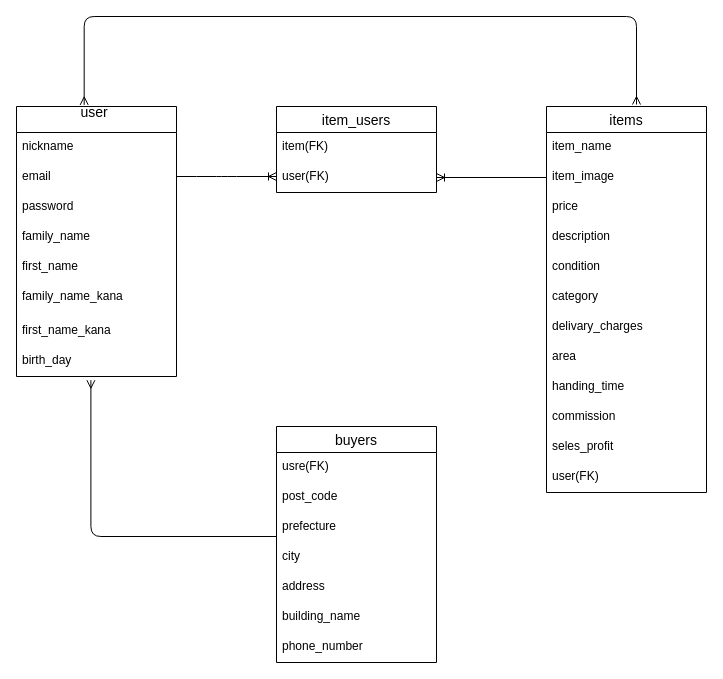
deco-01/furima-39447 keeps this draw.io diagram as table.dio. Above is the earlier version. Source tidied: cells renumbered, new cells numbered last; positions are measured from the earlier drawing's top-left corner, leaving out a move shared by most shapes. Both pictures are drawn from the tidied source at 100%, with x=0, y=0 at pixel (16, 16).
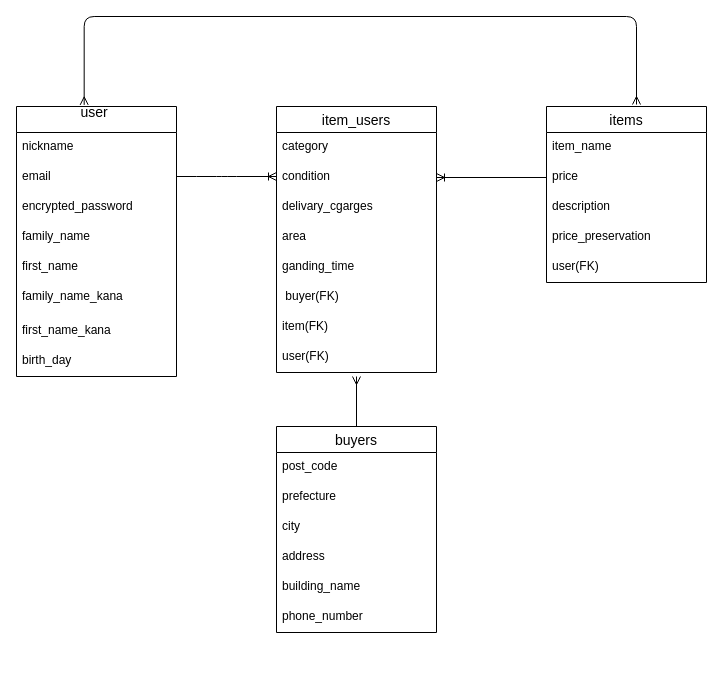
Above is the later version.

Commit message (it also covers changes not shown here):
データベース設計の編集

The change refers to these unchanged cells:
```xml
<mxCell id="2" value="user &#10;" style="swimlane;fontStyle=0;horizontal=1;startSize=26;align=center;fontSize=14;" parent="1" vertex="1">
  <mxGeometry y="90" width="160" height="270" as="geometry" />
</mxCell>
<mxCell id="10" value="birth_day" style="text;strokeColor=none;fillColor=none;spacingLeft=4;spacingRight=4;overflow=hidden;points=[[0,0.5],[1,0.5]];portConstraint=eastwest;fontSize=12;" parent="2" vertex="1">
  <mxGeometry y="240" width="160" height="30" as="geometry" />
</mxCell>
```

Change to the diagram source:
```diff
@@
-    <mxCell id="5" value="password" style="text;strokeColor=none;fillColor=none;spacingLeft=4;spacingRight=4;overflow=hidden;fontSize=12;" parent="2" vertex="1">
+    <mxCell id="5" value="encrypted_password " style="text;strokeColor=none;fillColor=none;spacingLeft=4;spacingRight=4;overflow=hidden;fontSize=12;" parent="2" vertex="1">
       <mxGeometry y="86" width="160" height="30" as="geometry" />
     </mxCell>
@@
     <mxCell id="11" value="item_users" style="swimlane;fontStyle=0;horizontal=1;startSize=26;align=center;fontSize=14;" parent="1" vertex="1">
-      <mxGeometry x="260" y="90" width="160" height="86" as="geometry" />
+      <mxGeometry x="260" y="90" width="160" height="266" as="geometry" />
     </mxCell>
+    <mxCell id="20" value="category" style="text;strokeColor=none;fillColor=none;spacingLeft=4;spacingRight=4;overflow=hidden;fontSize=12;" parent="11" vertex="1">
+      <mxGeometry y="26" width="160" height="30" as="geometry" />
+    </mxCell>
+    <mxCell id="19" value="condition" style="text;strokeColor=none;fillColor=none;spacingLeft=4;spacingRight=4;overflow=hidden;points=[[0,0.5],[1,0.5]];portConstraint=eastwest;fontSize=12;" parent="11" vertex="1">
+      <mxGeometry y="56" width="160" height="30" as="geometry" />
+    </mxCell>
+    <mxCell id="39" value="delivary_cgarges" style="text;strokeColor=none;fillColor=none;spacingLeft=4;spacingRight=4;overflow=hidden;fontSize=12;" parent="11" vertex="1">
+      <mxGeometry y="86" width="160" height="30" as="geometry" />
+    </mxCell>
+    <mxCell id="22" value="area" style="text;strokeColor=none;fillColor=none;spacingLeft=4;spacingRight=4;overflow=hidden;fontSize=12;" parent="11" vertex="1">
+      <mxGeometry y="116" width="160" height="30" as="geometry" />
+    </mxCell>
+    <mxCell id="40" value="ganding_time" style="text;strokeColor=none;fillColor=none;spacingLeft=4;spacingRight=4;overflow=hidden;fontSize=12;" parent="11" vertex="1">
+      <mxGeometry y="146" width="160" height="30" as="geometry" />
+    </mxCell>
+    <mxCell id="41" value=" buyer(FK)" style="text;strokeColor=none;fillColor=none;spacingLeft=4;spacingRight=4;overflow=hidden;fontSize=12;" parent="11" vertex="1">
+      <mxGeometry y="176" width="160" height="30" as="geometry" />
+    </mxCell>
     <mxCell id="12" value="item(FK)" style="text;strokeColor=none;fillColor=none;spacingLeft=4;spacingRight=4;overflow=hidden;fontSize=12;" parent="11" vertex="1">
-      <mxGeometry y="26" width="160" height="30" as="geometry" />
+      <mxGeometry y="206" width="160" height="30" as="geometry" />
     </mxCell>
     <mxCell id="13" value="user(FK)" style="text;strokeColor=none;fillColor=none;spacingLeft=4;spacingRight=4;overflow=hidden;points=[[0,0.5],[1,0.5]];portConstraint=eastwest;fontSize=12;" parent="11" vertex="1">
-      <mxGeometry y="56" width="160" height="30" as="geometry" />
+      <mxGeometry y="236" width="160" height="30" as="geometry" />
     </mxCell>
     <mxCell id="14" value="items" style="swimlane;fontStyle=0;horizontal=1;startSize=26;align=center;fontSize=14;" parent="1" vertex="1">
-      <mxGeometry x="530" y="90" width="160" height="386" as="geometry" />
+      <mxGeometry x="530" y="90" width="160" height="176" as="geometry" />
     </mxCell>
@@
-    <mxCell id="16" value="item_image" style="text;strokeColor=none;fillColor=none;spacingLeft=4;spacingRight=4;overflow=hidden;points=[[0,0.5],[1,0.5]];portConstraint=eastwest;fontSize=12;" parent="14" vertex="1">
-      <mxGeometry y="56" width="160" height="30" as="geometry" />
-    </mxCell>
     <mxCell id="17" value="price" style="text;strokeColor=none;fillColor=none;spacingLeft=4;spacingRight=4;overflow=hidden;fontSize=12;" parent="14" vertex="1">
-      <mxGeometry y="86" width="160" height="30" as="geometry" />
+      <mxGeometry y="56" width="160" height="30" as="geometry" />
     </mxCell>
     <mxCell id="18" value="description" style="text;strokeColor=none;fillColor=none;spacingLeft=4;spacingRight=4;overflow=hidden;fontSize=12;" parent="14" vertex="1">
-      <mxGeometry y="116" width="160" height="30" as="geometry" />
+      <mxGeometry y="86" width="160" height="30" as="geometry" />
     </mxCell>
-    <mxCell id="19" value="condition" style="text;strokeColor=none;fillColor=none;spacingLeft=4;spacingRight=4;overflow=hidden;points=[[0,0.5],[1,0.5]];portConstraint=eastwest;fontSize=12;" parent="14" vertex="1">
-      <mxGeometry y="146" width="160" height="30" as="geometry" />
-    </mxCell>
-    <mxCell id="20" value="category" style="text;strokeColor=none;fillColor=none;spacingLeft=4;spacingRight=4;overflow=hidden;fontSize=12;" parent="14" vertex="1">
-      <mxGeometry y="176" width="160" height="30" as="geometry" />
-    </mxCell>
-    <mxCell id="21" value="delivary_charges" style="text;strokeColor=none;fillColor=none;spacingLeft=4;spacingRight=4;overflow=hidden;fontSize=12;" parent="14" vertex="1">
-      <mxGeometry y="206" width="160" height="30" as="geometry" />
-    </mxCell>
-    <mxCell id="22" value="area" style="text;strokeColor=none;fillColor=none;spacingLeft=4;spacingRight=4;overflow=hidden;fontSize=12;" parent="14" vertex="1">
-      <mxGeometry y="236" width="160" height="30" as="geometry" />
-    </mxCell>
-    <mxCell id="23" value="handing_time" style="text;strokeColor=none;fillColor=none;spacingLeft=4;spacingRight=4;overflow=hidden;fontSize=12;" parent="14" vertex="1">
-      <mxGeometry y="266" width="160" height="30" as="geometry" />
-    </mxCell>
-    <mxCell id="24" value="commission" style="text;strokeColor=none;fillColor=none;spacingLeft=4;spacingRight=4;overflow=hidden;fontSize=12;" parent="14" vertex="1">
-      <mxGeometry y="296" width="160" height="30" as="geometry" />
-    </mxCell>
-    <mxCell id="25" value="seles_profit" style="text;strokeColor=none;fillColor=none;spacingLeft=4;spacingRight=4;overflow=hidden;fontSize=12;" parent="14" vertex="1">
-      <mxGeometry y="326" width="160" height="30" as="geometry" />
+    <mxCell id="25" value="price_preservation" style="text;strokeColor=none;fillColor=none;spacingLeft=4;spacingRight=4;overflow=hidden;fontSize=12;" parent="14" vertex="1">
+      <mxGeometry y="116" width="160" height="30" as="geometry" />
     </mxCell>
     <mxCell id="26" value="user(FK)" style="text;strokeColor=none;fillColor=none;spacingLeft=4;spacingRight=4;overflow=hidden;fontSize=12;" parent="14" vertex="1">
-      <mxGeometry y="356" width="160" height="30" as="geometry" />
+      <mxGeometry y="146" width="160" height="30" as="geometry" />
     </mxCell>
     <mxCell id="27" value="buyers" style="swimlane;fontStyle=0;horizontal=1;startSize=26;align=center;fontSize=14;" parent="1" vertex="1">
-      <mxGeometry x="260" y="410" width="160" height="236" as="geometry" />
+      <mxGeometry x="260" y="410" width="160" height="206" as="geometry" />
     </mxCell>
-    <mxCell id="28" value="usre(FK)" style="text;strokeColor=none;fillColor=none;spacingLeft=4;spacingRight=4;overflow=hidden;fontSize=12;" parent="27" vertex="1">
-      <mxGeometry y="26" width="160" height="30" as="geometry" />
-    </mxCell>
     <mxCell id="29" value="post_code" style="text;strokeColor=none;fillColor=none;spacingLeft=4;spacingRight=4;overflow=hidden;fontSize=12;" parent="27" vertex="1">
-      <mxGeometry y="56" width="160" height="30" as="geometry" />
+      <mxGeometry y="26" width="160" height="30" as="geometry" />
     </mxCell>
     <mxCell id="30" value="prefecture" style="text;strokeColor=none;fillColor=none;spacingLeft=4;spacingRight=4;overflow=hidden;fontSize=12;" parent="27" vertex="1">
-      <mxGeometry y="86" width="160" height="30" as="geometry" />
+      <mxGeometry y="56" width="160" height="30" as="geometry" />
     </mxCell>
     <mxCell id="31" value="city" style="text;strokeColor=none;fillColor=none;spacingLeft=4;spacingRight=4;overflow=hidden;fontSize=12;" parent="27" vertex="1">
-      <mxGeometry y="116" width="160" height="30" as="geometry" />
+      <mxGeometry y="86" width="160" height="30" as="geometry" />
     </mxCell>
     <mxCell id="32" value="address" style="text;strokeColor=none;fillColor=none;spacingLeft=4;spacingRight=4;overflow=hidden;fontSize=12;" parent="27" vertex="1">
-      <mxGeometry y="146" width="160" height="30" as="geometry" />
+      <mxGeometry y="116" width="160" height="30" as="geometry" />
     </mxCell>
     <mxCell id="33" value="building_name" style="text;strokeColor=none;fillColor=none;spacingLeft=4;spacingRight=4;overflow=hidden;fontSize=12;" parent="27" vertex="1">
-      <mxGeometry y="176" width="160" height="30" as="geometry" />
+      <mxGeometry y="146" width="160" height="30" as="geometry" />
     </mxCell>
     <mxCell id="34" value="phone_number" style="text;strokeColor=none;fillColor=none;spacingLeft=4;spacingRight=4;overflow=hidden;fontSize=12;" parent="27" vertex="1">
-      <mxGeometry y="206" width="160" height="30" as="geometry" />
+      <mxGeometry y="176" width="160" height="30" as="geometry" />
     </mxCell>
@@
-    <mxCell id="36" style="fontSize=12;html=1;endArrow=ERoneToMany;exitX=0;exitY=0.5;exitDx=0;exitDy=0;entryX=1;entryY=0.5;entryDx=0;entryDy=0;" parent="1" edge="1" source="16" target="13">
-      <mxGeometry relative="1" as="geometry" />
+    <mxCell id="36" style="fontSize=12;html=1;endArrow=ERoneToMany;exitX=0;exitY=0.5;exitDx=0;exitDy=0;entryX=1;entryY=0.5;entryDx=0;entryDy=0;" parent="1" edge="1" target="19">
+      <mxGeometry relative="1" as="geometry">
+        <mxPoint x="530" y="161" as="sourcePoint" />
+      </mxGeometry>
     </mxCell>
-    <mxCell id="37" style="fontSize=12;html=1;endArrow=ERmany;entryX=0.465;entryY=1.123;entryDx=0;entryDy=0;entryPerimeter=0;edgeStyle=orthogonalEdgeStyle;elbow=vertical;" parent="1" edge="1" target="10">
+    <mxCell id="37" style="fontSize=12;html=1;endArrow=ERmany;elbow=vertical;exitX=0.5;exitY=0;exitDx=0;exitDy=0;" parent="1" edge="1" source="27">
       <mxGeometry relative="1" as="geometry">
-        <mxPoint x="260" y="520" as="sourcePoint" />
-        <Array as="points">
-          <mxPoint x="74" y="520" />
-        </Array>
+        <mxPoint x="340" y="360" as="targetPoint" />
       </mxGeometry>
     </mxCell>
```
